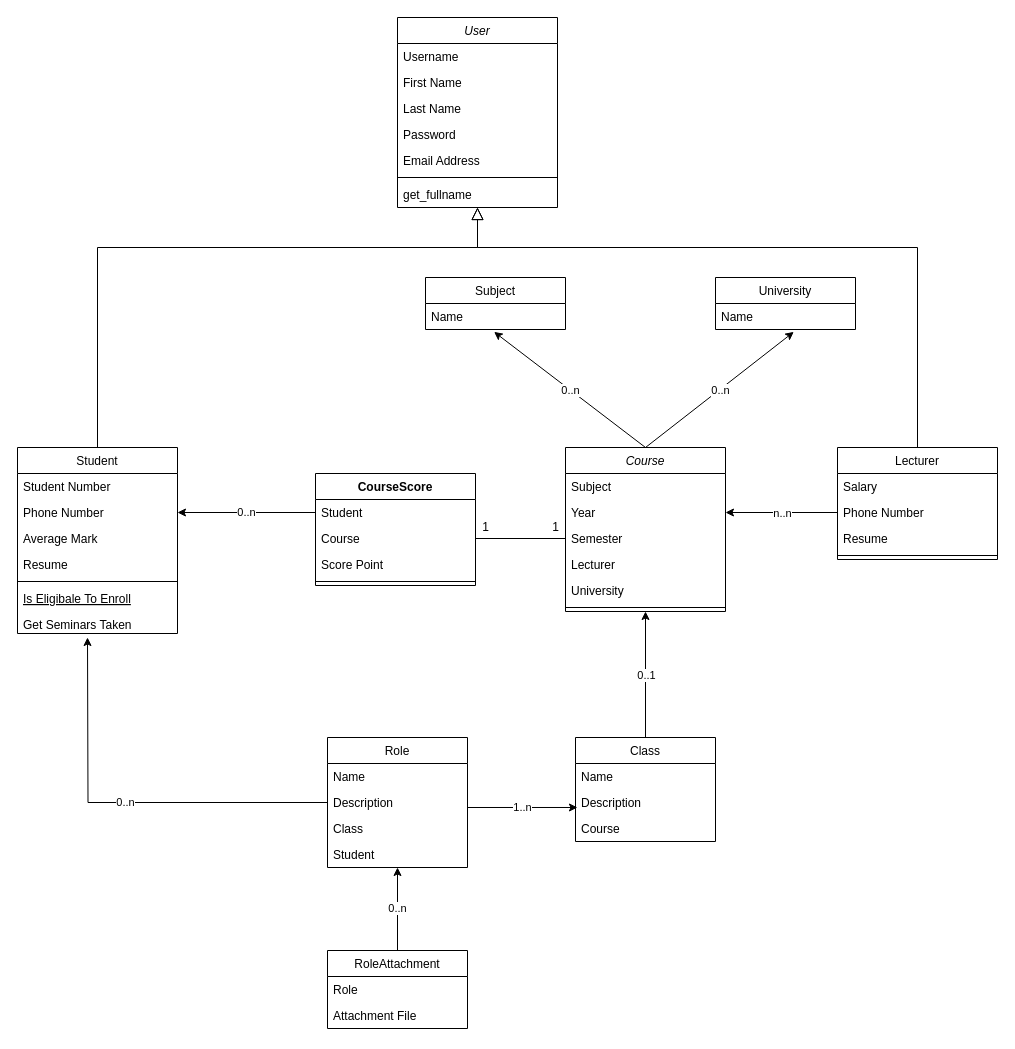
This is material/class_diagram.drawio from RuhollahSeka/TA_System, a draw.io file, before an edit. Source tidied: cells renumbered, new cells numbered last; positions are measured from the earlier drawing's top-left corner, leaving out a move shared by most shapes. Both pictures are drawn from the tidied source at 100%, with x=0, y=0 at pixel (17, 17).
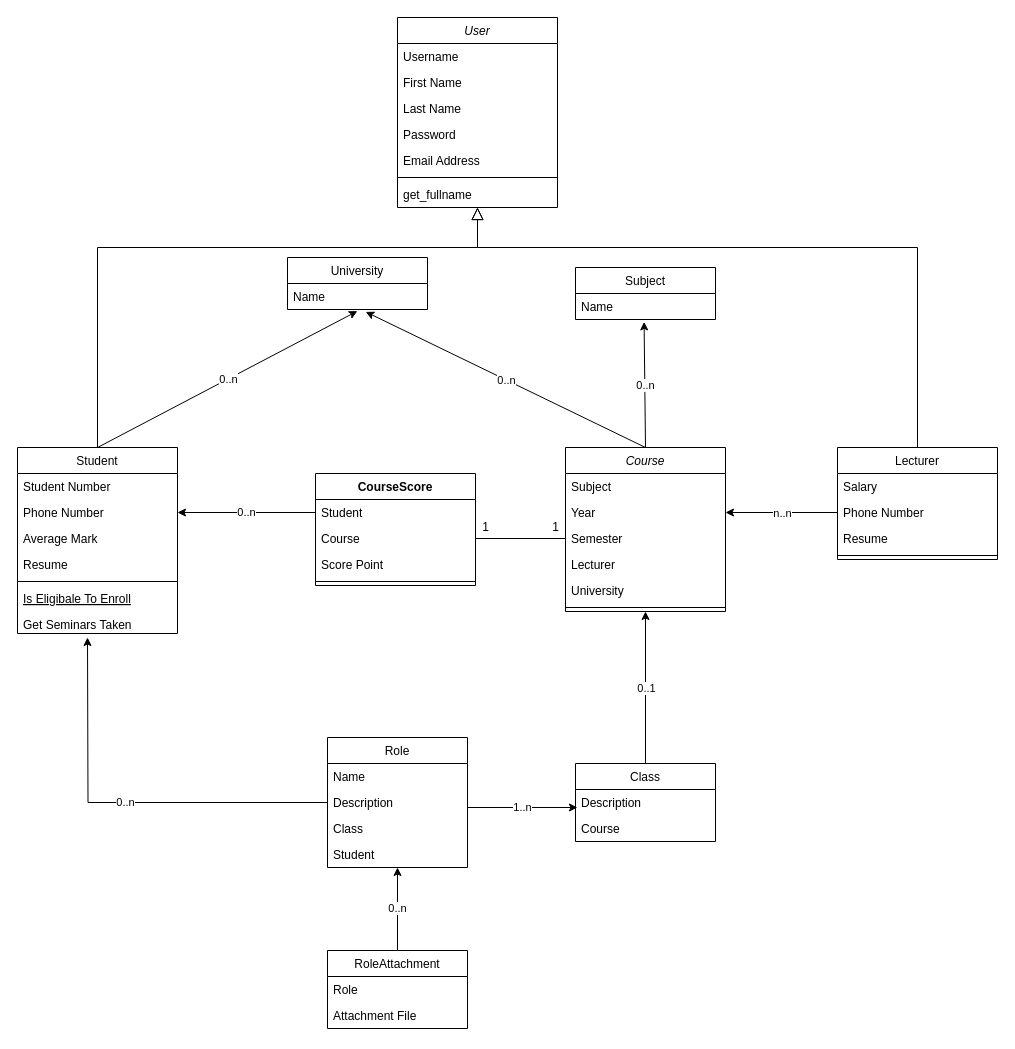
The same diagram, later.

The change refers to these unchanged cells:
```xml
<mxCell id="10" value="Student" style="swimlane;fontStyle=0;align=center;verticalAlign=top;horizontal=1;startSize=26;rounded=0;shadow=0;strokeWidth=1;" parent="1" vertex="1">
  <mxGeometry y="430" width="160" height="186" as="geometry" />
</mxCell>
<mxCell id="55" value="Name" style="text;strokeColor=none;fillColor=none;align=left;verticalAlign=top;spacingLeft=4;spacingRight=4;overflow=hidden;points=[[0,0.5],[1,0.5]];portConstraint=eastwest;" parent="54" vertex="1">
  <mxGeometry y="26" width="140" height="26" as="geometry" />
</mxCell>
```

What changed in the source:
```diff
@@
     <mxCell id="42" value="Class" style="swimlane;fontStyle=0;horizontal=1;startSize=26;fillColor=none;" parent="1" vertex="1">
-      <mxGeometry x="558" y="720" width="140" height="104" as="geometry" />
+      <mxGeometry x="558" y="746" width="140" height="78" as="geometry" />
     </mxCell>
-    <mxCell id="43" value="Name" style="text;strokeColor=none;fillColor=none;align=left;verticalAlign=top;spacingLeft=4;spacingRight=4;overflow=hidden;" parent="42" vertex="1">
-      <mxGeometry y="26" width="140" height="26" as="geometry" />
-    </mxCell>
     <mxCell id="44" value="Description" style="text;strokeColor=none;fillColor=none;align=left;verticalAlign=top;spacingLeft=4;spacingRight=4;overflow=hidden;points=[[0,0.5],[1,0.5]];portConstraint=eastwest;" parent="42" vertex="1">
-      <mxGeometry y="52" width="140" height="26" as="geometry" />
+      <mxGeometry y="26" width="140" height="26" as="geometry" />
     </mxCell>
     <mxCell id="45" value="Course" style="text;strokeColor=none;fillColor=none;align=left;verticalAlign=top;spacingLeft=4;spacingRight=4;overflow=hidden;" parent="42" vertex="1">
-      <mxGeometry y="78" width="140" height="26" as="geometry" />
+      <mxGeometry y="52" width="140" height="26" as="geometry" />
     </mxCell>
@@
     <mxCell id="54" value="University" style="swimlane;fontStyle=0;horizontal=1;startSize=26;fillColor=none;" parent="1" vertex="1">
-      <mxGeometry x="698" y="260" width="140" height="52" as="geometry" />
+      <mxGeometry x="270" y="240" width="140" height="52" as="geometry" />
     </mxCell>
@@
     <mxCell id="61" value="Subject" style="swimlane;fontStyle=0;horizontal=1;startSize=26;fillColor=none;" parent="1" vertex="1">
-      <mxGeometry x="408" y="260" width="140" height="52" as="geometry" />
+      <mxGeometry x="558" y="250" width="140" height="52" as="geometry" />
     </mxCell>
@@
+    <mxCell id="69" style="endArrow=classic;html=1;exitX=0.5;exitY=0;exitDx=0;exitDy=0;entryX=0.499;entryY=1.062;entryDx=0;entryDy=0;entryPerimeter=0;" parent="1" edge="1" source="10" target="55">
+      <mxGeometry relative="1" as="geometry" />
+    </mxCell>
+    <mxCell id="70" value="0..n" style="edgeLabel;html=1;align=center;verticalAlign=middle;" parent="69" vertex="1">
+      <mxGeometry relative="1" as="geometry" />
+    </mxCell>
```
